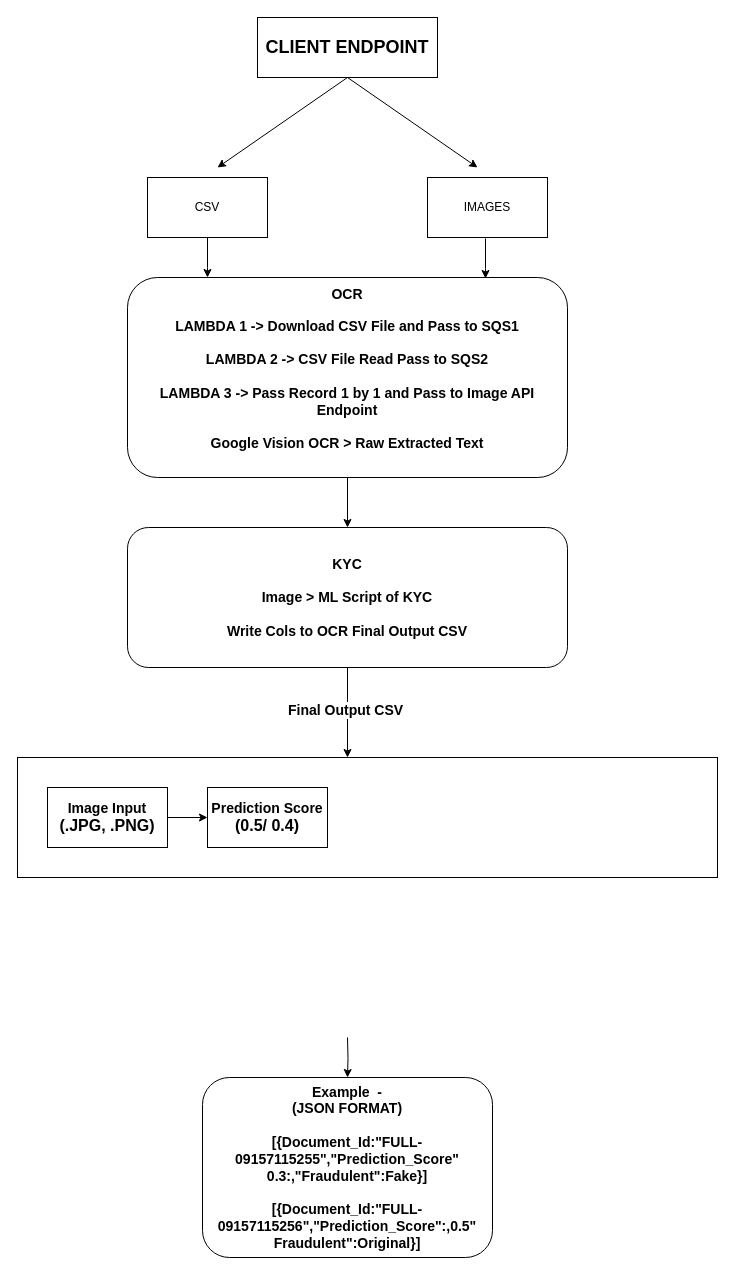
rushikesh-mallanath/draw keeps this draw.io diagram as Progress.drawio. Above is the earlier version. Source tidied: cells renumbered, new cells numbered last; positions are measured from the earlier drawing's top-left corner, leaving out a move shared by most shapes. Both pictures are drawn from the tidied source at 100%, with x=0, y=0 at pixel (17, 17).
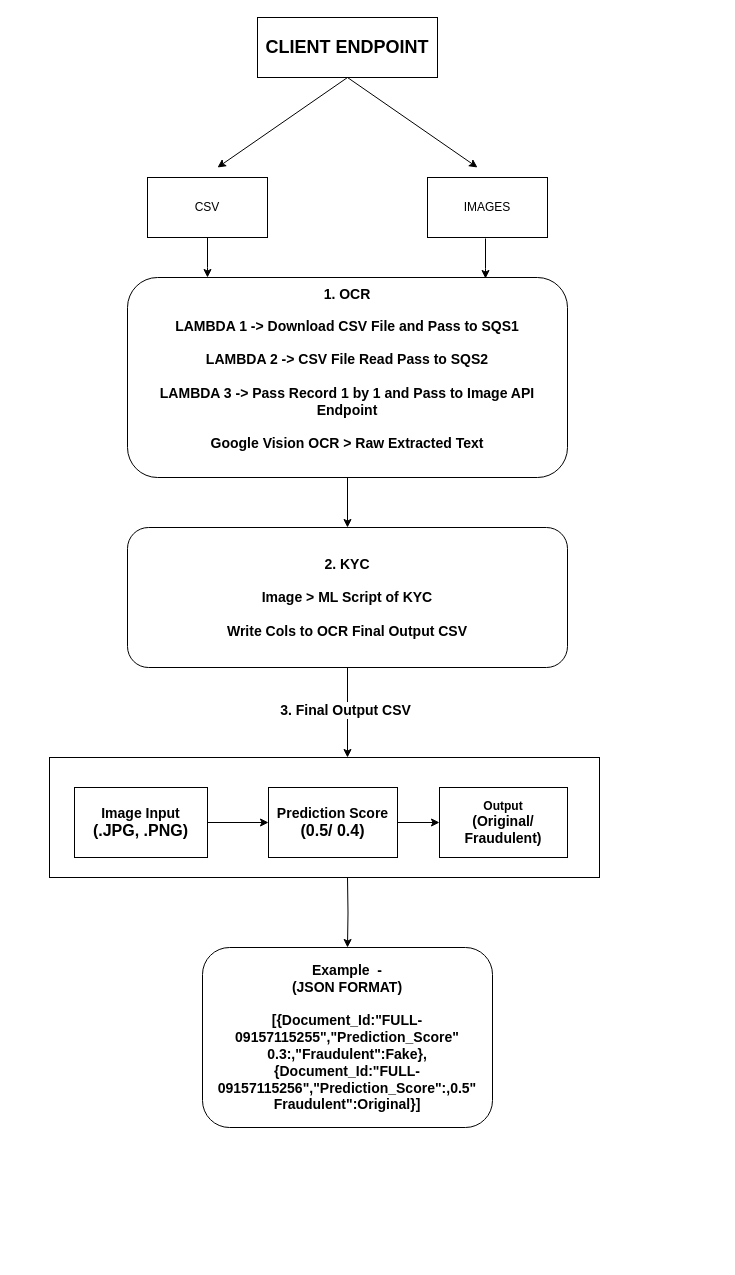
After the change.

Unchanged cells that the change refers to:
```xml
<mxCell id="11" style="edgeStyle=orthogonalEdgeStyle;rounded=0;jettySize=auto;html=1;entryX=0.5;entryY=0;entryDx=0;entryDy=0;" parent="1" edge="1" source="13">
  <mxGeometry relative="1" as="geometry">
    <mxPoint x="330" y="740" as="targetPoint" />
  </mxGeometry>
</mxCell>
```

Change to the diagram source:
```diff
@@
+    <mxCell id="23" style="edgeStyle=orthogonalEdgeStyle;rounded=0;jettySize=auto;html=1;" parent="1" edge="1" target="19">
+      <mxGeometry relative="1" as="geometry">
+        <mxPoint x="330" y="860" as="sourcePoint" />
+      </mxGeometry>
+    </mxCell>
     <mxCell id="2" style="rounded=0;whiteSpace=wrap;html=1;" parent="1" vertex="1">
-      <mxGeometry y="740" width="700" height="120" as="geometry" />
+      <mxGeometry x="32" y="740" width="550" height="120" as="geometry" />
     </mxCell>
@@
-    <mxCell id="10" value="&lt;font style=&quot;&quot;&gt;&lt;b style=&quot;font-size: 14px;&quot;&gt;OCR&lt;br&gt;&lt;/b&gt;&lt;br&gt;&lt;b&gt;&lt;font style=&quot;font-size: 14px;&quot;&gt;LAMBDA 1 -&amp;gt; Download CSV File and Pass to SQS1&lt;br&gt;&lt;br&gt;LAMBDA 2 -&amp;gt; CSV File Read Pass to SQS2 &lt;br&gt;&lt;br&gt;LAMBDA 3 -&amp;gt; Pass Record 1 by 1 and Pass to Image API Endpoint &lt;br&gt;&lt;br&gt;Google Vision OCR &amp;gt; Raw Extracted Text&lt;/font&gt;&lt;/b&gt;&lt;br&gt;&lt;/font&gt;&lt;font style=&quot;&quot;&gt;&lt;div style=&quot;font-size: 14px;&quot;&gt;&lt;span style=&quot;background-color: initial;&quot;&gt;&lt;br&gt;&lt;/span&gt;&lt;/div&gt;&lt;/font&gt;" style="rounded=1;whiteSpace=wrap;html=1;align=center;" parent="1" vertex="1">
+    <mxCell id="10" value="&lt;font style=&quot;&quot;&gt;&lt;b style=&quot;font-size: 14px;&quot;&gt;1. OCR&lt;br&gt;&lt;/b&gt;&lt;br&gt;&lt;b&gt;&lt;font style=&quot;font-size: 14px;&quot;&gt;LAMBDA 1 -&amp;gt; Download CSV File and Pass to SQS1&lt;br&gt;&lt;br&gt;LAMBDA 2 -&amp;gt; CSV File Read Pass to SQS2 &lt;br&gt;&lt;br&gt;LAMBDA 3 -&amp;gt; Pass Record 1 by 1 and Pass to Image API Endpoint &lt;br&gt;&lt;br&gt;Google Vision OCR &amp;gt; Raw Extracted Text&lt;/font&gt;&lt;/b&gt;&lt;br&gt;&lt;/font&gt;&lt;font style=&quot;&quot;&gt;&lt;div style=&quot;font-size: 14px;&quot;&gt;&lt;span style=&quot;background-color: initial;&quot;&gt;&lt;br&gt;&lt;/span&gt;&lt;/div&gt;&lt;/font&gt;" style="rounded=1;whiteSpace=wrap;html=1;align=center;" parent="1" vertex="1">
       <mxGeometry x="110" y="260" width="440" height="200" as="geometry" />
     </mxCell>
@@
-    <mxCell id="12" value="&lt;font style=&quot;font-size: 14px;&quot;&gt;&lt;b&gt;Final Output CSV&amp;nbsp;&lt;/b&gt;&lt;/font&gt;" style="edgeLabel;html=1;align=center;verticalAlign=middle;" parent="11" vertex="1">
+    <mxCell id="12" value="&lt;font style=&quot;font-size: 14px;&quot;&gt;&lt;b&gt;3. Final Output CSV&amp;nbsp;&lt;/b&gt;&lt;/font&gt;" style="edgeLabel;html=1;align=center;verticalAlign=middle;" parent="11" vertex="1">
       <mxGeometry x="-0.08" y="-1" relative="1" as="geometry" />
     </mxCell>
-    <mxCell id="13" value="&lt;font style=&quot;font-size: 14px;&quot;&gt;&lt;b&gt;KYC&lt;br&gt;&lt;br&gt;Image &amp;gt; ML Script of KYC&lt;br&gt;&lt;br&gt;Write Cols to OCR Final Output CSV&lt;/b&gt;&lt;/font&gt;&lt;span style=&quot;font-size: 14px;&quot;&gt;&lt;b&gt;&lt;br&gt;&lt;/b&gt;&lt;/span&gt;" style="rounded=1;whiteSpace=wrap;html=1;align=center;" parent="1" vertex="1">
+    <mxCell id="13" value="&lt;font style=&quot;font-size: 14px;&quot;&gt;&lt;b&gt;2. KYC&lt;br&gt;&lt;br&gt;Image &amp;gt; ML Script of KYC&lt;br&gt;&lt;br&gt;Write Cols to OCR Final Output CSV&lt;/b&gt;&lt;/font&gt;&lt;span style=&quot;font-size: 14px;&quot;&gt;&lt;b&gt;&lt;br&gt;&lt;/b&gt;&lt;/span&gt;" style="rounded=1;whiteSpace=wrap;html=1;align=center;" parent="1" vertex="1">
       <mxGeometry x="110" y="510" width="440" height="140" as="geometry" />
     </mxCell>
@@
-    <mxCell id="19" value="&lt;font style=&quot;&quot;&gt;&lt;font style=&quot;font-size: 14px;&quot;&gt;&lt;b&gt;&lt;font style=&quot;&quot;&gt;Example&lt;/font&gt;&lt;/b&gt;&lt;b style=&quot;border-color: var(--border-color); background-color: rgb(255, 255, 255);&quot;&gt;&amp;nbsp;&lt;/b&gt;&lt;b&gt;&lt;font style=&quot;&quot;&gt;&amp;nbsp;-&lt;br&gt;(JSON FORMAT)&lt;br&gt;&lt;br&gt;[{Document_Id:&quot;FULL-09157115255&quot;,&quot;Prediction_Score&quot; 0.3:,&quot;Fraudulent&quot;:Fake}]&lt;br&gt;&lt;/font&gt;&lt;br&gt;[{Document_Id:&quot;FULL-09157115256&quot;,&quot;Prediction_Score&quot;:,0.5&quot;&lt;br&gt;Fraudulent&quot;:Original}]&lt;/b&gt;&lt;/font&gt;&lt;br&gt;&lt;/font&gt;" style="rounded=1;whiteSpace=wrap;html=1;align=center;" parent="1" vertex="1">
-      <mxGeometry x="185" y="1060" width="290" height="180" as="geometry" />
+    <mxCell id="19" value="&lt;font style=&quot;&quot;&gt;&lt;font style=&quot;font-size: 14px;&quot;&gt;&lt;b&gt;&lt;font style=&quot;&quot;&gt;Example&lt;/font&gt;&lt;/b&gt;&lt;b style=&quot;border-color: var(--border-color); background-color: rgb(255, 255, 255);&quot;&gt;&amp;nbsp;&lt;/b&gt;&lt;b&gt;&lt;font style=&quot;&quot;&gt;&amp;nbsp;-&lt;br&gt;(JSON FORMAT)&lt;br&gt;&lt;br&gt;[{Document_Id:&quot;FULL-09157115255&quot;,&quot;Prediction_Score&quot; 0.3:,&quot;Fraudulent&quot;:Fake},&lt;br&gt;&lt;/font&gt;{Document_Id:&quot;FULL-09157115256&quot;,&quot;Prediction_Score&quot;:,0.5&quot;&lt;br&gt;Fraudulent&quot;:Original}]&lt;/b&gt;&lt;/font&gt;&lt;br&gt;&lt;/font&gt;" style="rounded=1;whiteSpace=wrap;html=1;align=center;" parent="1" vertex="1">
+      <mxGeometry x="185" y="930" width="290" height="180" as="geometry" />
     </mxCell>
@@
     <mxCell id="21" value="&lt;div&gt;&lt;b&gt;&lt;font style=&quot;font-size: 14px;&quot;&gt;Image Input&lt;/font&gt;&lt;/b&gt;&lt;/div&gt;&lt;div&gt;&lt;b&gt;&lt;font size=&quot;3&quot;&gt;(.JPG, .PNG)&lt;/font&gt;&lt;/b&gt;&lt;/div&gt;" style="rounded=0;whiteSpace=wrap;html=1;" parent="1" vertex="1">
-      <mxGeometry x="30" y="770" width="120" height="60" as="geometry" />
+      <mxGeometry x="57" y="770" width="133" height="70" as="geometry" />
     </mxCell>
+    <mxCell id="24" style="edgeStyle=orthogonalEdgeStyle;rounded=0;jettySize=auto;html=1;" parent="1" edge="1" source="22" target="25">
+      <mxGeometry relative="1" as="geometry" />
+    </mxCell>
     <mxCell id="22" value="&lt;div&gt;&lt;font style=&quot;font-size: 14px;&quot;&gt;&lt;b&gt;Prediction Score&lt;/b&gt;&lt;/font&gt;&lt;/div&gt;&lt;div&gt;&lt;font style=&quot;&quot; size=&quot;3&quot;&gt;&lt;b&gt;(0.5/ 0.4)&lt;/b&gt;&lt;/font&gt;&lt;/div&gt;" style="rounded=0;whiteSpace=wrap;html=1;" parent="1" vertex="1">
-      <mxGeometry x="190" y="770" width="120" height="60" as="geometry" />
+      <mxGeometry x="251" y="770" width="129" height="70" as="geometry" />
     </mxCell>
+    <mxCell id="25" value="&lt;div&gt;&lt;b&gt;Output&lt;/b&gt;&lt;/div&gt;&lt;div&gt;&lt;span style=&quot;font-size: 14px;&quot;&gt;&lt;b&gt;(Original/ Fraudulent)&lt;/b&gt;&lt;/span&gt;&lt;/div&gt;" style="rounded=0;whiteSpace=wrap;html=1;" parent="1" vertex="1">
+      <mxGeometry x="422" y="770" width="128" height="70" as="geometry" />
+    </mxCell>
```
